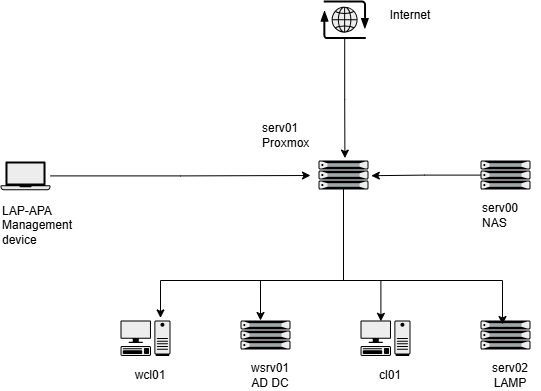
Before: assets/diagrams/schéma.png, a diagram exported from draw.io (kota-shen/kota-shen). Source tidied: cells renumbered, new cells last; positions are measured from the earlier drawing's top-left corner, leaving out a move shared by most shapes.
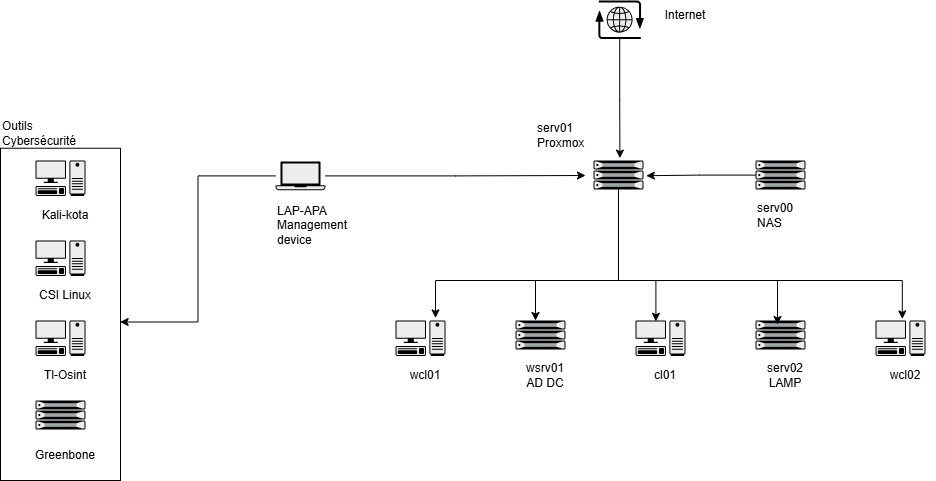
Later version of the same file.

Change to the diagram source:
```diff
@@ -2,6 +2,9 @@
   <root>
     <mxCell id="0" />
     <mxCell id="1" parent="0" />
+    <mxCell id="25" style="rounded=0;whiteSpace=wrap;html=1;" parent="1" vertex="1">
+      <mxGeometry x="-275" y="147.7" width="120" height="332.3" as="geometry" />
+    </mxCell>
     <mxCell id="2" style="shape=mxgraph.networks2.icon;fillColor=#EDEDED;strokeColor=#000000;gradientColor=#5B6163;network2IconShadow=1;network2bgFillColor=none;labelPosition=center;verticalLabelPosition=bottom;align=center;verticalAlign=top;network2Icon=mxgraph.networks2.internet;network2IconXOffset=0.0012;network2IconYOffset=0.0035;network2IconW=0.9677;network2IconH=0.7722;" parent="1" vertex="1">
       <mxGeometry x="320" width="48.4" height="38.6" as="geometry" />
     </mxCell>
@@ -93,5 +96,49 @@
         </Array>
       </mxGeometry>
     </mxCell>
+    <mxCell id="26" style="shape=mxgraph.networks2.icon;fillColor=#EDEDED;strokeColor=#000000;gradientColor=#5B6163;network2IconShadow=1;network2bgFillColor=none;labelPosition=center;verticalLabelPosition=bottom;align=center;verticalAlign=top;network2Icon=mxgraph.networks2.pc;network2IconYOffset=-0.0593;network2IconW=0.9999;network2IconH=0.7096;" parent="1" vertex="1">
+      <mxGeometry x="600" y="320" width="50" height="35.5" as="geometry" />
+    </mxCell>
+    <mxCell id="27" value="wcl02" style="text;html=1;whiteSpace=wrap;strokeColor=none;fillColor=none;align=center;verticalAlign=middle;rounded=0;" parent="1" vertex="1">
+      <mxGeometry x="600" y="360" width="60" height="30" as="geometry" />
+    </mxCell>
+    <mxCell id="28" style="edgeStyle=orthogonalEdgeStyle;rounded=0;jettySize=auto;html=1;entryX=0.536;entryY=-0.045;entryDx=0;entryDy=0;entryPerimeter=0;" parent="1" edge="1" source="3" target="26">
+      <mxGeometry relative="1" as="geometry">
+        <Array as="points">
+          <mxPoint x="343" y="280" />
+          <mxPoint x="627" y="280" />
+        </Array>
+      </mxGeometry>
+    </mxCell>
+    <mxCell id="29" style="shape=mxgraph.networks2.icon;fillColor=#EDEDED;strokeColor=#000000;gradientColor=#5B6163;network2IconShadow=1;network2bgFillColor=none;labelPosition=center;verticalLabelPosition=bottom;align=center;verticalAlign=top;network2Icon=mxgraph.networks2.pc;network2IconYOffset=-0.0593;network2IconW=0.9999;network2IconH=0.7096;" parent="1" vertex="1">
+      <mxGeometry x="-240" y="160" width="50" height="35.5" as="geometry" />
+    </mxCell>
+    <mxCell id="30" value="Kali-kota" style="text;html=1;whiteSpace=wrap;strokeColor=none;fillColor=none;align=center;verticalAlign=middle;rounded=0;" parent="1" vertex="1">
+      <mxGeometry x="-240" y="200" width="60" height="30" as="geometry" />
+    </mxCell>
+    <mxCell id="31" style="shape=mxgraph.networks2.icon;fillColor=#EDEDED;strokeColor=#000000;gradientColor=#5B6163;network2IconShadow=1;network2bgFillColor=none;labelPosition=center;verticalLabelPosition=bottom;align=center;verticalAlign=top;network2Icon=mxgraph.networks2.pc;network2IconYOffset=-0.0593;network2IconW=0.9999;network2IconH=0.7096;" parent="1" vertex="1">
+      <mxGeometry x="-240" y="240" width="50" height="35.5" as="geometry" />
+    </mxCell>
+    <mxCell id="32" value="CSI Linux" style="text;html=1;whiteSpace=wrap;strokeColor=none;fillColor=none;align=center;verticalAlign=middle;rounded=0;" parent="1" vertex="1">
+      <mxGeometry x="-240" y="280" width="60" height="30" as="geometry" />
+    </mxCell>
+    <mxCell id="33" style="shape=mxgraph.networks2.icon;fillColor=#EDEDED;strokeColor=#000000;gradientColor=#5B6163;network2IconShadow=1;network2bgFillColor=none;labelPosition=center;verticalLabelPosition=bottom;align=center;verticalAlign=top;network2Icon=mxgraph.networks2.pc;network2IconYOffset=-0.0593;network2IconW=0.9999;network2IconH=0.7096;" parent="1" vertex="1">
+      <mxGeometry x="-240" y="320" width="50" height="35.5" as="geometry" />
+    </mxCell>
+    <mxCell id="34" value="Tl-Osint" style="text;html=1;whiteSpace=wrap;strokeColor=none;fillColor=none;align=center;verticalAlign=middle;rounded=0;" parent="1" vertex="1">
+      <mxGeometry x="-240" y="360" width="60" height="30" as="geometry" />
+    </mxCell>
+    <mxCell id="35" style="fillColorStyles=neutralFill;neutralFill=#9DA6A8;shape=mxgraph.networks2.icon;fillColor=#EDEDED;strokeColor=#000000;gradientColor=#5B6163;network2IconShadow=1;network2bgFillColor=none;labelPosition=center;verticalLabelPosition=bottom;align=center;verticalAlign=top;network2Icon=mxgraph.networks2.server;network2IconW=1.0001;network2IconH=0.5812;" parent="1" vertex="1">
+      <mxGeometry x="-240" y="400" width="50" height="29.1" as="geometry" />
+    </mxCell>
+    <mxCell id="36" value="Greenbone" style="text;html=1;whiteSpace=wrap;strokeColor=none;fillColor=none;align=center;verticalAlign=middle;rounded=0;" parent="1" vertex="1">
+      <mxGeometry x="-240" y="440" width="60" height="30" as="geometry" />
+    </mxCell>
+    <mxCell id="37" style="edgeStyle=orthogonalEdgeStyle;rounded=0;jettySize=auto;html=1;entryX=0.997;entryY=0.523;entryDx=0;entryDy=0;entryPerimeter=0;" parent="1" edge="1" source="9" target="25">
+      <mxGeometry relative="1" as="geometry" />
+    </mxCell>
+    <mxCell id="38" value="Outils Cybersécurité" style="text;html=1;whiteSpace=wrap;strokeColor=none;fillColor=none;align=left;verticalAlign=middle;rounded=0;" parent="1" vertex="1">
+      <mxGeometry x="-275" y="117.7" width="60" height="30" as="geometry" />
+    </mxCell>
   </root>
 </mxGraphModel>
```
